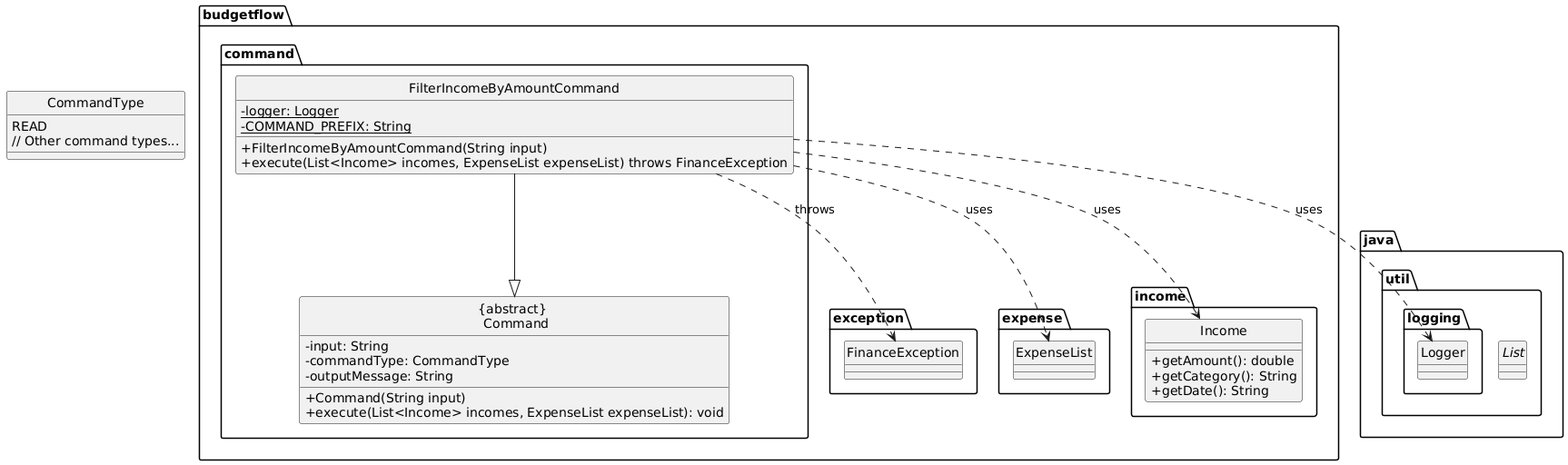
Before: docs/diagrams/FilterIncomeByAmountCommandClass.png, a diagram exported from PlantUML (thienkimtranhoang/tp).
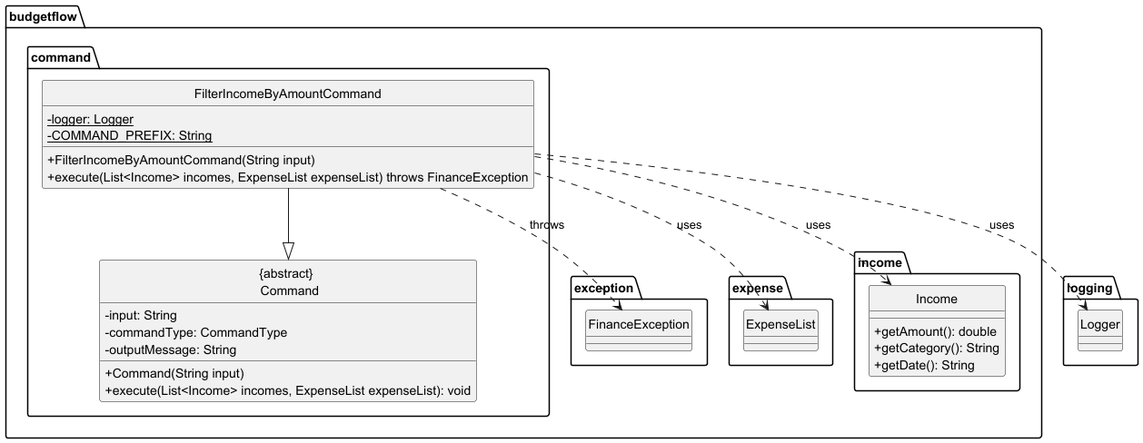
Later version of the same file.

What changed in the source:
```diff
@@ -38,16 +38,7 @@
     }
 }
 
-package java.util {
-    interface List
-}
-
-enum CommandType {
-    READ
-    // Other command types...
-}
-
-package java.util.logging {
+package logging {
     class Logger
 }
 
```
